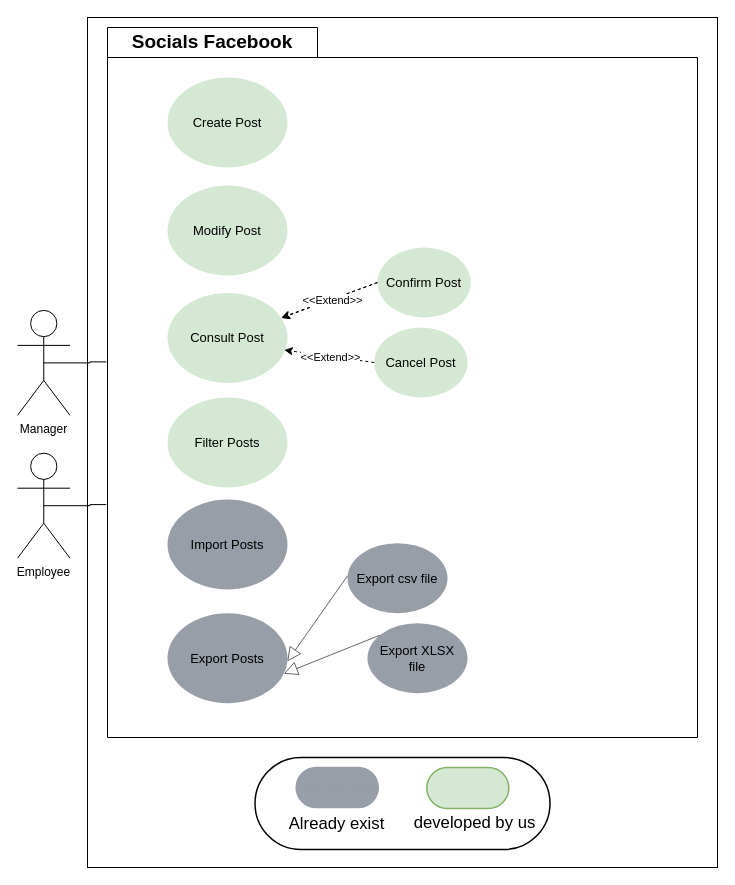
oarouay/CV keeps this draw.io diagram as SocialFacebook.drawio. Above is the earlier version. Source tidied: cells renumbered, new cells numbered last; positions are measured from the earlier drawing's top-left corner, leaving out a move shared by most shapes. Both pictures are drawn from the tidied source at 100%, with x=0, y=0 at pixel (17, 17).
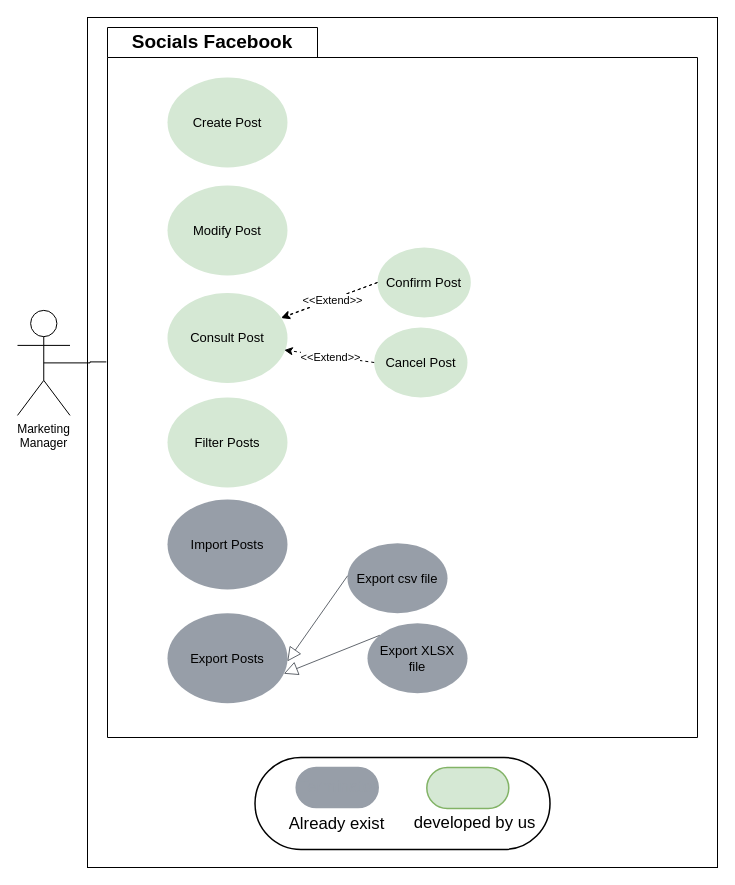
After the change.

Unchanged cells that the change refers to:
```xml
<mxCell id="3" value="Socials Facebook" style="shape=folder;fontStyle=1;tabWidth=210;tabHeight=30;tabPosition=left;html=1;boundedLbl=1;labelInHeader=1;whiteSpace=wrap;fontSize=19;" parent="1" vertex="1">
  <mxGeometry x="90" y="10" width="590" height="710" as="geometry" />
</mxCell>
```

Diff of the diagram source:
```diff
@@
-    <mxCell id="4" value="Manager" style="shape=umlActor;verticalLabelPosition=bottom;verticalAlign=top;html=1;outlineConnect=0;" parent="1" vertex="1">
+    <mxCell id="4" value="Marketing&lt;br&gt;Manager" style="shape=umlActor;verticalLabelPosition=bottom;verticalAlign=top;html=1;outlineConnect=0;" parent="1" vertex="1">
       <mxGeometry y="292.9" width="52.5" height="105" as="geometry" />
     </mxCell>
@@
-    <mxCell id="15" value="Employee" style="shape=umlActor;verticalLabelPosition=bottom;verticalAlign=top;html=1;outlineConnect=0;" parent="1" vertex="1">
-      <mxGeometry y="435.7" width="52.5" height="105" as="geometry" />
-    </mxCell>
-    <mxCell id="16" style="edgeStyle=orthogonalEdgeStyle;rounded=0;jettySize=auto;html=1;exitX=0.5;exitY=0.5;exitDx=0;exitDy=0;exitPerimeter=0;entryX=-0.002;entryY=0.672;entryDx=0;entryDy=0;entryPerimeter=0;endArrow=none;startFill=0;" parent="1" edge="1" source="15" target="3">
-      <mxGeometry relative="1" as="geometry" />
-    </mxCell>
```
